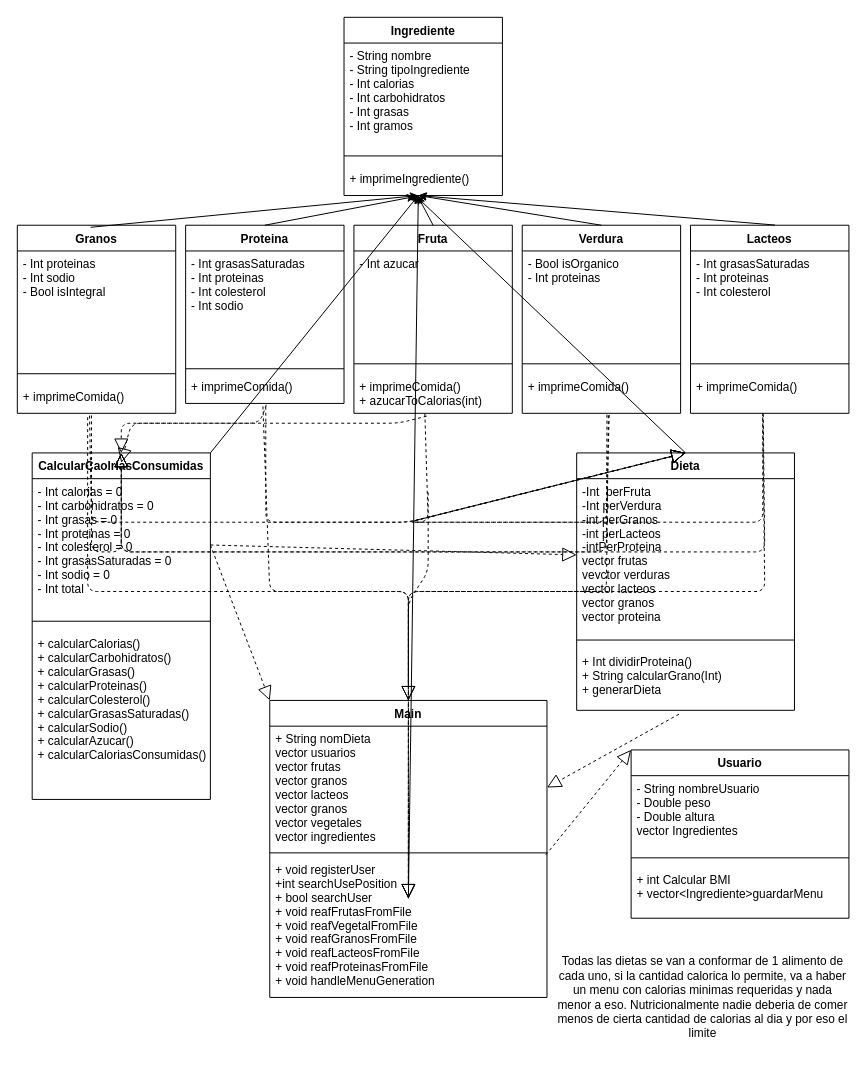
Earlier version of the draw.io diagram Diagrama_V1.drawio (Kirill-Makienko-Tkachenko/Proyecto_Menu). Source tidied: cells renumbered, new cells numbered last; positions are measured from the earlier drawing's top-left corner, leaving out a move shared by most shapes. Both pictures are drawn from the tidied source at 99%, with x=0, y=0 at pixel (17, 17).
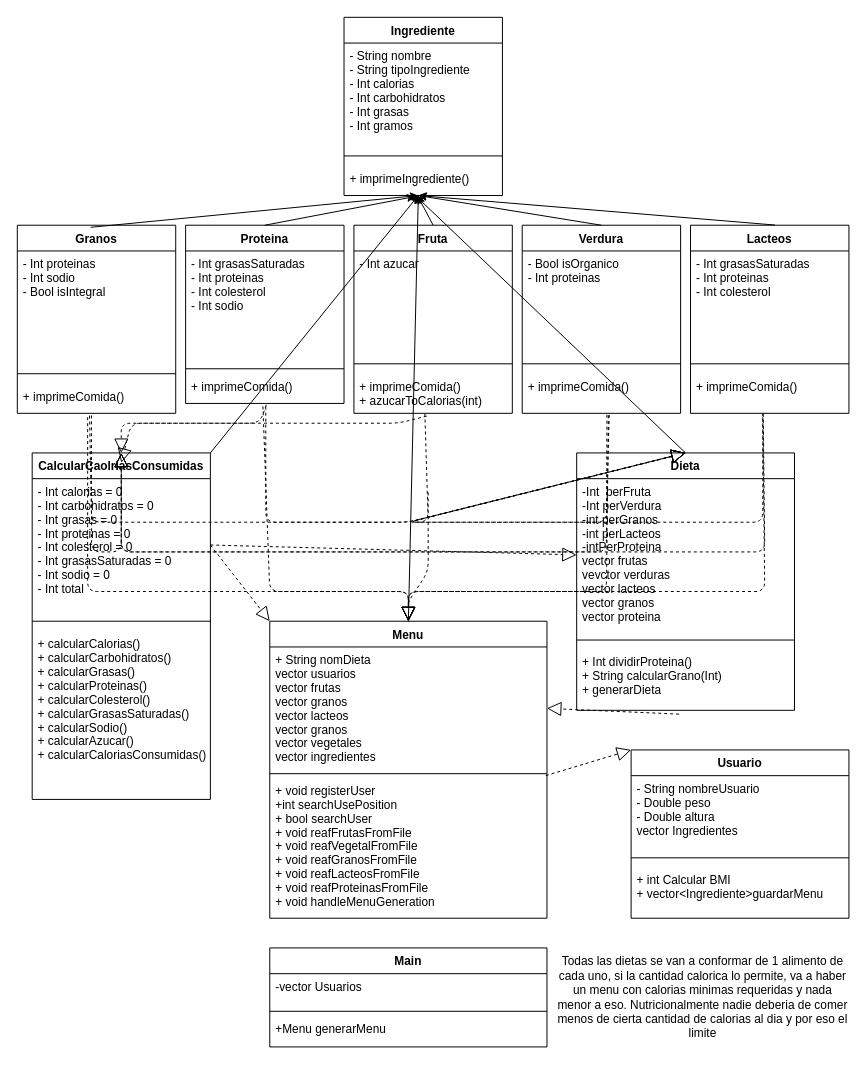
After the change.

Unchanged cells that the change refers to:
```xml
<mxCell id="5" value="+ imprimeIngrediente()" style="text;strokeColor=none;fillColor=none;align=left;verticalAlign=top;spacingLeft=4;spacingRight=4;overflow=hidden;points=[[0,0.5],[1,0.5]];portConstraint=eastwest;" parent="2" vertex="1">
  <mxGeometry y="150" width="160" height="30" as="geometry" />
</mxCell>
<mxCell id="9" value="+ imprimeComida()" style="text;strokeColor=none;fillColor=none;align=left;verticalAlign=top;spacingLeft=4;spacingRight=4;overflow=hidden;points=[[0,0.5],[1,0.5]];portConstraint=eastwest;" parent="6" vertex="1">
  <mxGeometry y="160" width="160" height="30" as="geometry" />
</mxCell>
<mxCell id="25" value="+ imprimeComida()&#10;" style="text;strokeColor=none;fillColor=none;align=left;verticalAlign=top;spacingLeft=4;spacingRight=4;overflow=hidden;points=[[0,0.5],[1,0.5]];portConstraint=eastwest;" parent="22" vertex="1">
  <mxGeometry y="150" width="160" height="40" as="geometry" />
</mxCell>
```

Diff of the diagram source:
```diff
@@
-    <mxCell id="26" value="Main" style="swimlane;fontStyle=1;align=center;verticalAlign=top;horizontal=1;startSize=26;" parent="1" vertex="1">
-      <mxGeometry x="255" y="690" width="280" height="300" as="geometry" />
+    <mxCell id="26" value="Menu" style="swimlane;fontStyle=1;align=center;verticalAlign=top;horizontal=1;startSize=26;" parent="1" vertex="1">
+      <mxGeometry x="255" y="610" width="280" height="300" as="geometry" />
     </mxCell>
@@
-    <mxCell id="62" style="endArrow=block;dashed=1;endFill=0;endSize=12;html=1;exitX=0.444;exitY=1.133;exitDx=0;exitDy=0;exitPerimeter=0;" parent="1" edge="1" source="9">
+    <mxCell id="62" style="endArrow=block;dashed=1;endFill=0;endSize=12;html=1;exitX=0.444;exitY=1.133;exitDx=0;exitDy=0;exitPerimeter=0;entryX=0.5;entryY=0;entryDx=0;entryDy=0;" parent="1" edge="1" source="9" target="26">
       <mxGeometry relative="1" as="geometry">
-        <mxPoint x="395" y="890" as="targetPoint" />
         <Array as="points">
           <mxPoint x="71" y="580" />
           <mxPoint x="395" y="580" />
         </Array>
       </mxGeometry>
     </mxCell>
@@
     <mxCell id="64" style="endArrow=block;dashed=1;endFill=0;endSize=12;html=1;" parent="1" edge="1">
       <mxGeometry relative="1" as="geometry">
         <mxPoint x="415" y="480" as="sourcePoint" />
-        <mxPoint x="395" y="890" as="targetPoint" />
+        <mxPoint x="395" y="610" as="targetPoint" />
         <Array as="points">
           <mxPoint x="415" y="560" />
           <mxPoint x="395" y="590" />
         </Array>
       </mxGeometry>
     </mxCell>
@@
     <mxCell id="66" style="endArrow=block;dashed=1;endFill=0;endSize=12;html=1;exitX=0.456;exitY=1.1;exitDx=0;exitDy=0;exitPerimeter=0;" parent="1" edge="1" source="25">
       <mxGeometry relative="1" as="geometry">
-        <mxPoint x="395" y="890" as="targetPoint" />
+        <mxPoint x="395" y="610" as="targetPoint" />
         <Array as="points">
           <mxPoint x="755" y="580" />
           <mxPoint x="395" y="580" />
         </Array>
       </mxGeometry>
     </mxCell>
@@
     <mxCell id="69" style="endArrow=classic;html=1;entryX=0.469;entryY=1;entryDx=0;entryDy=0;entryPerimeter=0;" parent="1" edge="1" target="5">
       <mxGeometry relative="1" as="geometry">
-        <mxPoint x="395" y="890" as="sourcePoint" />
+        <mxPoint x="395" y="610" as="sourcePoint" />
       </mxGeometry>
     </mxCell>
+    <mxCell id="70" value="Main" style="swimlane;fontStyle=1;align=center;verticalAlign=top;horizontal=1;startSize=26;" parent="1" vertex="1">
+      <mxGeometry x="255" y="940" width="280" height="100" as="geometry" />
+    </mxCell>
+    <mxCell id="71" value="-vector Usuarios" style="text;strokeColor=none;fillColor=none;align=left;verticalAlign=top;spacingLeft=4;spacingRight=4;overflow=hidden;" parent="70" vertex="1">
+      <mxGeometry y="26" width="280" height="34" as="geometry" />
+    </mxCell>
+    <mxCell id="72" style="line;strokeWidth=1;fillColor=none;align=left;verticalAlign=middle;spacingTop=-1;spacingLeft=3;spacingRight=3;labelPosition=right;strokeColor=inherit;" parent="70" vertex="1">
+      <mxGeometry y="60" width="280" height="8" as="geometry" />
+    </mxCell>
+    <mxCell id="73" value="+Menu generarMenu" style="text;strokeColor=none;fillColor=none;align=left;verticalAlign=top;spacingLeft=4;spacingRight=4;overflow=hidden;" parent="70" vertex="1">
+      <mxGeometry y="68" width="280" height="32" as="geometry" />
+    </mxCell>
```
